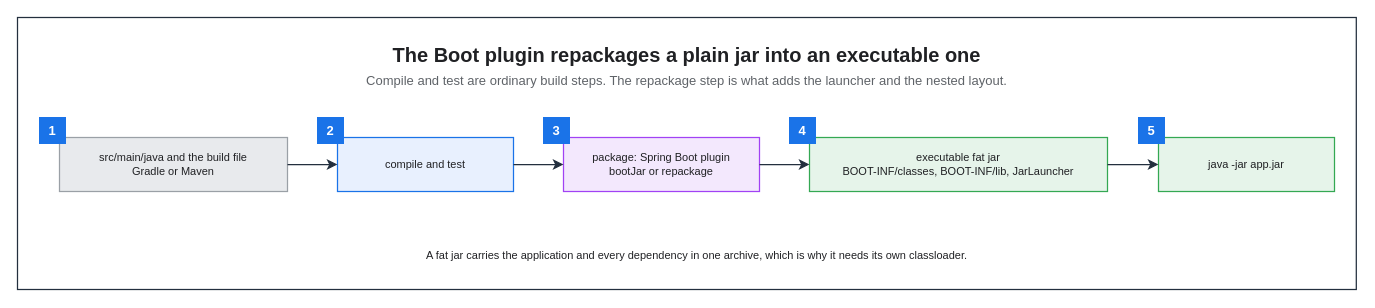
The draw.io diagram assets/img/spring/spring-21-build-pipeline.drawio in KKamJi98/kkamji98.github.io, before the edit. Source tidied: cells renumbered, new cells numbered last; positions are measured from the earlier drawing's top-left corner, leaving out a move shared by most shapes. Both pictures are drawn from the tidied source at 100%, with x=0, y=0 at pixel (17, 17).
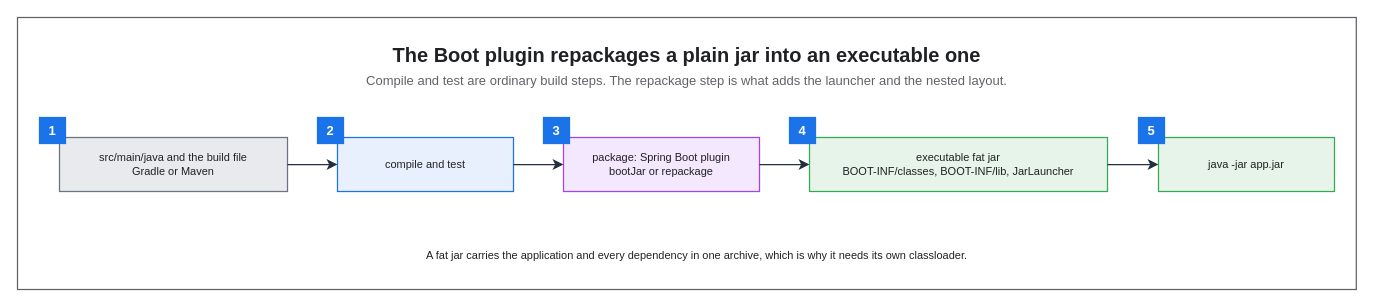
After the change.

The edit, as a diff of the source:
```diff
@@
 <mxGraphModel background="#FFFFFF">
   <root>
     <mxCell id="0" />
     <mxCell id="1" parent="0" />
-    <mxCell id="2" style="rounded=0;html=0;fillColor=none;strokeColor=#232F3E;fontColor=#202124;strokeWidth=1.25;" parent="1" vertex="1">
+    <mxCell id="2" style="rounded=0;html=0;fillColor=none;strokeColor=#5F6368;fontColor=#202124;strokeWidth=1.25;" parent="1" vertex="1">
       <mxGeometry width="1338.8" height="272" as="geometry" />
     </mxCell>
     <mxCell id="3" value="The Boot plugin repackages a plain jar into an executable one" style="text;html=0;whiteSpace=wrap;fillColor=none;strokeColor=none;fontColor=#202124;fontSize=20;fontStyle=1;align=center;verticalAlign=middle;" parent="1" vertex="1">
       <mxGeometry x="22" y="22" width="1294.8" height="30" as="geometry" />
     </mxCell>
     <mxCell id="4" value="Compile and test are ordinary build steps. The repackage step is what adds the launcher and the nested layout." style="text;html=0;whiteSpace=wrap;fillColor=none;strokeColor=none;fontColor=#5F6368;fontSize=13;fontStyle=0;align=center;verticalAlign=middle;" parent="1" vertex="1">
       <mxGeometry x="22" y="52" width="1294.8" height="22" as="geometry" />
     </mxCell>
-    <mxCell id="5" value="src/main/java and the build file&#10;Gradle or Maven" style="rounded=0;whiteSpace=wrap;html=0;fillColor=#E8EAED;strokeColor=#9AA0A6;fontColor=#202124;fontSize=11;fontStyle=0;align=center;verticalAlign=middle;spacingLeft=6;spacingRight=6;strokeWidth=1.25;" parent="1" vertex="1">
+    <mxCell id="5" value="src/main/java and the build file&#10;Gradle or Maven" style="rounded=0;whiteSpace=wrap;html=0;fillColor=#E8EAED;strokeColor=#6B7280;fontColor=#202124;fontSize=11;fontStyle=0;align=center;verticalAlign=middle;spacingLeft=6;spacingRight=6;strokeWidth=1.25;" parent="1" vertex="1">
       <mxGeometry x="42" y="120" width="228" height="54" as="geometry" />
     </mxCell>
     <mxCell id="6" value="compile and test" style="rounded=0;whiteSpace=wrap;html=0;fillColor=#E8F0FE;strokeColor=#1A73E8;fontColor=#202124;fontSize=11;fontStyle=0;align=center;verticalAlign=middle;spacingLeft=6;spacingRight=6;strokeWidth=1.25;" parent="1" vertex="1">
       <mxGeometry x="320" y="120" width="176" height="54" as="geometry" />
     </mxCell>
     <mxCell id="7" value="package: Spring Boot plugin&#10;bootJar or repackage" style="rounded=0;whiteSpace=wrap;html=0;fillColor=#F3E8FD;strokeColor=#A142F4;fontColor=#202124;fontSize=11;fontStyle=0;align=center;verticalAlign=middle;spacingLeft=6;spacingRight=6;strokeWidth=1.25;" parent="1" vertex="1">
       <mxGeometry x="546" y="120" width="196" height="54" as="geometry" />
     </mxCell>
     <mxCell id="8" value="executable fat jar&#10;BOOT-INF/classes, BOOT-INF/lib, JarLauncher" style="rounded=0;whiteSpace=wrap;html=0;fillColor=#E6F4EA;strokeColor=#34A853;fontColor=#202124;fontSize=11;fontStyle=0;align=center;verticalAlign=middle;spacingLeft=6;spacingRight=6;strokeWidth=1.25;" parent="1" vertex="1">
       <mxGeometry x="792" y="120" width="298" height="54" as="geometry" />
     </mxCell>
     <mxCell id="9" value="java -jar app.jar" style="rounded=0;whiteSpace=wrap;html=0;fillColor=#E6F4EA;strokeColor=#34A853;fontColor=#202124;fontSize=11;fontStyle=0;align=center;verticalAlign=middle;spacingLeft=6;spacingRight=6;strokeWidth=1.25;" parent="1" vertex="1">
       <mxGeometry x="1141" y="120" width="176" height="54" as="geometry" />
     </mxCell>
     <mxCell id="10" value="A fat jar carries the application and every dependency in one archive, which is why it needs its own classloader." style="text;html=0;whiteSpace=wrap;fillColor=none;strokeColor=none;fontColor=#202124;fontSize=11;fontStyle=0;align=center;verticalAlign=middle;" parent="1" vertex="1">
       <mxGeometry x="42" y="226" width="1275" height="24" as="geometry" />
     </mxCell>
-    <mxCell id="11" value="1" style="rounded=0;whiteSpace=wrap;html=0;fillColor=#1A73E8;strokeColor=#1A73E8;fontColor=#FFFFFF;fontSize=13;fontStyle=1;align=center;verticalAlign=middle;" parent="1" vertex="1">
+    <mxCell id="11" value="1" style="rounded=0;whiteSpace=wrap;html=0;fillColor=#1A73E8;strokeColor=#1A73E8;fontColor=#FFFFFF;fontSize=13;fontStyle=1;align=center;verticalAlign=middle;strokeWidth=1.25;" parent="1" vertex="1">
       <mxGeometry x="22" y="100" width="26" height="26" as="geometry" />
     </mxCell>
-    <mxCell id="12" value="2" style="rounded=0;whiteSpace=wrap;html=0;fillColor=#1A73E8;strokeColor=#1A73E8;fontColor=#FFFFFF;fontSize=13;fontStyle=1;align=center;verticalAlign=middle;" parent="1" vertex="1">
+    <mxCell id="12" value="2" style="rounded=0;whiteSpace=wrap;html=0;fillColor=#1A73E8;strokeColor=#1A73E8;fontColor=#FFFFFF;fontSize=13;fontStyle=1;align=center;verticalAlign=middle;strokeWidth=1.25;" parent="1" vertex="1">
       <mxGeometry x="300" y="100" width="26" height="26" as="geometry" />
     </mxCell>
-    <mxCell id="13" value="3" style="rounded=0;whiteSpace=wrap;html=0;fillColor=#1A73E8;strokeColor=#1A73E8;fontColor=#FFFFFF;fontSize=13;fontStyle=1;align=center;verticalAlign=middle;" parent="1" vertex="1">
+    <mxCell id="13" value="3" style="rounded=0;whiteSpace=wrap;html=0;fillColor=#1A73E8;strokeColor=#1A73E8;fontColor=#FFFFFF;fontSize=13;fontStyle=1;align=center;verticalAlign=middle;strokeWidth=1.25;" parent="1" vertex="1">
       <mxGeometry x="526" y="100" width="26" height="26" as="geometry" />
     </mxCell>
-    <mxCell id="14" value="4" style="rounded=0;whiteSpace=wrap;html=0;fillColor=#1A73E8;strokeColor=#1A73E8;fontColor=#FFFFFF;fontSize=13;fontStyle=1;align=center;verticalAlign=middle;" parent="1" vertex="1">
+    <mxCell id="14" value="4" style="rounded=0;whiteSpace=wrap;html=0;fillColor=#1A73E8;strokeColor=#1A73E8;fontColor=#FFFFFF;fontSize=13;fontStyle=1;align=center;verticalAlign=middle;strokeWidth=1.25;" parent="1" vertex="1">
       <mxGeometry x="772" y="100" width="26" height="26" as="geometry" />
     </mxCell>
-    <mxCell id="15" value="5" style="rounded=0;whiteSpace=wrap;html=0;fillColor=#1A73E8;strokeColor=#1A73E8;fontColor=#FFFFFF;fontSize=13;fontStyle=1;align=center;verticalAlign=middle;" parent="1" vertex="1">
+    <mxCell id="15" value="5" style="rounded=0;whiteSpace=wrap;html=0;fillColor=#1A73E8;strokeColor=#1A73E8;fontColor=#FFFFFF;fontSize=13;fontStyle=1;align=center;verticalAlign=middle;strokeWidth=1.25;" parent="1" vertex="1">
       <mxGeometry x="1121" y="100" width="26" height="26" as="geometry" />
     </mxCell>
     <mxCell id="16" style="edgeStyle=orthogonalEdgeStyle;rounded=0;html=0;strokeColor=#232F3E;strokeWidth=1.25;endArrow=classic;endFill=1;endSize=7;fontSize=11;fontColor=#202124;labelBackgroundColor=none;jettySize=14;exitX=1;exitY=0.5;entryX=0;entryY=0.5;exitDx=0;exitDy=0;entryDx=0;entryDy=0;" parent="1" edge="1" source="5" target="6">
       <mxGeometry relative="1" as="geometry" />
     </mxCell>
     <mxCell id="17" style="edgeStyle=orthogonalEdgeStyle;rounded=0;html=0;strokeColor=#232F3E;strokeWidth=1.25;endArrow=classic;endFill=1;endSize=7;fontSize=11;fontColor=#202124;labelBackgroundColor=none;jettySize=14;exitX=1;exitY=0.5;entryX=0;entryY=0.5;exitDx=0;exitDy=0;entryDx=0;entryDy=0;" parent="1" edge="1" source="6" target="7">
       <mxGeometry relative="1" as="geometry" />
     </mxCell>
     <mxCell id="18" style="edgeStyle=orthogonalEdgeStyle;rounded=0;html=0;strokeColor=#232F3E;strokeWidth=1.25;endArrow=classic;endFill=1;endSize=7;fontSize=11;fontColor=#202124;labelBackgroundColor=none;jettySize=14;exitX=1;exitY=0.5;entryX=0;entryY=0.5;exitDx=0;exitDy=0;entryDx=0;entryDy=0;" parent="1" edge="1" source="7" target="8">
       <mxGeometry relative="1" as="geometry" />
     </mxCell>
     <mxCell id="19" style="edgeStyle=orthogonalEdgeStyle;rounded=0;html=0;strokeColor=#232F3E;strokeWidth=1.25;endArrow=classic;endFill=1;endSize=7;fontSize=11;fontColor=#202124;labelBackgroundColor=none;jettySize=14;exitX=1;exitY=0.5;entryX=0;entryY=0.5;exitDx=0;exitDy=0;entryDx=0;entryDy=0;" parent="1" edge="1" source="8" target="9">
       <mxGeometry relative="1" as="geometry" />
     </mxCell>
   </root>
 </mxGraphModel>
```
